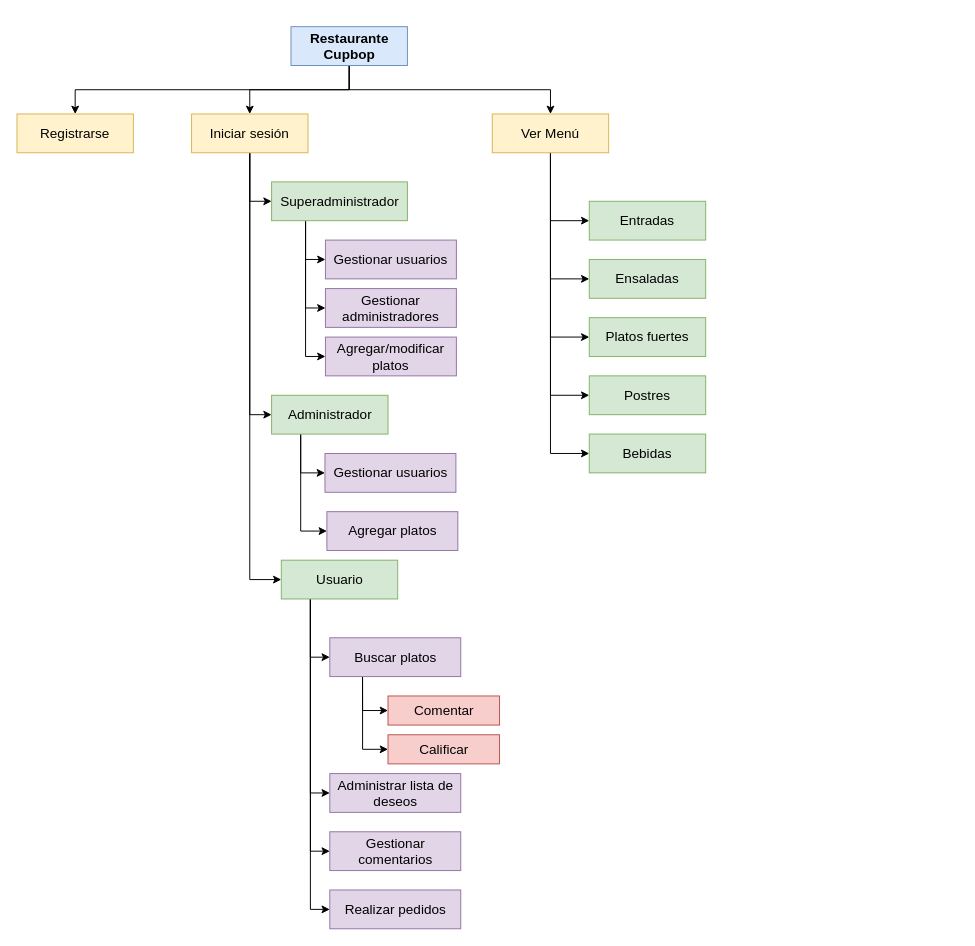
jasandovalb/Restaurante_Cupbop keeps this draw.io diagram as Mapa_Navegabilidad.drawio. Above is the earlier version. Source tidied: cells renumbered, new cells numbered last; positions are measured from the earlier drawing's top-left corner, leaving out a move shared by most shapes. Both pictures are drawn from the tidied source at 97%, with x=0, y=0 at pixel (16, 26).
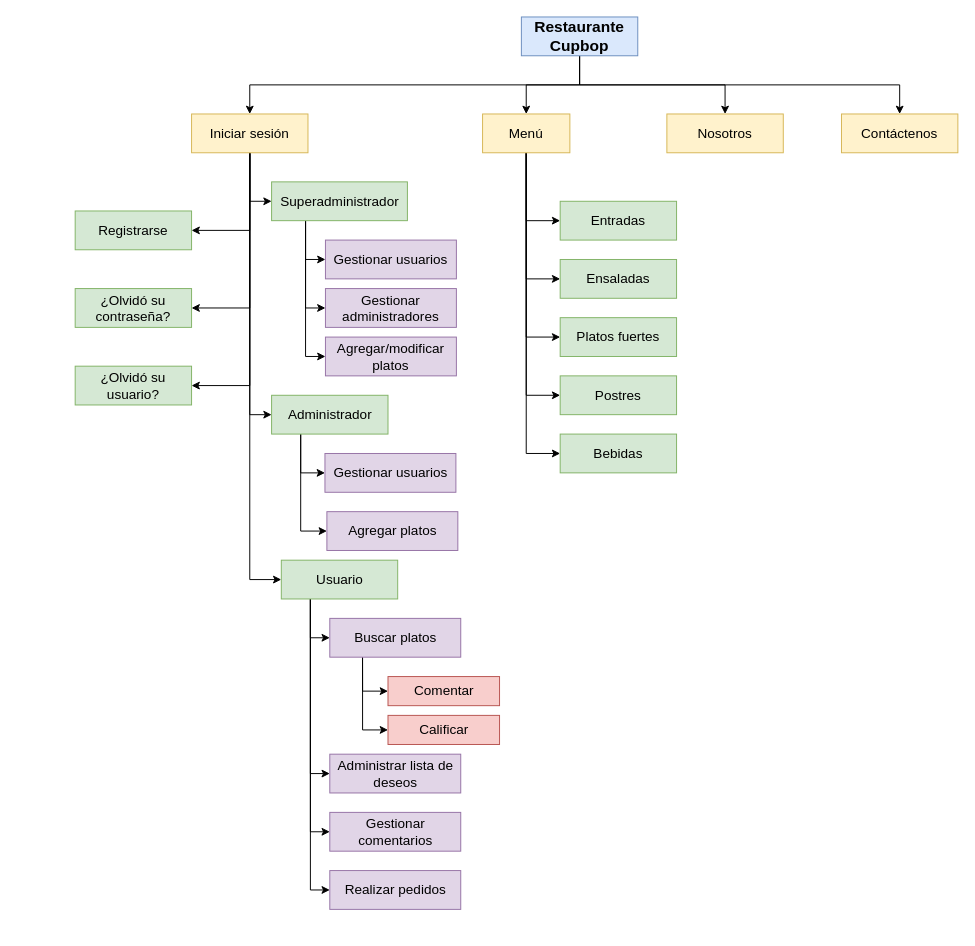
Above is the later version.

Commit message (it also covers changes not shown here):
actualización diagrama de navegabilidad

Unchanged cells that the change refers to:
```xml
<mxCell id="10" value="Iniciar sesión" style="rounded=0;whiteSpace=wrap;html=1;fontStyle=0;fontSize=14;fillColor=#fff2cc;strokeColor=#d6b656;" parent="1" vertex="1">
  <mxGeometry x="180" y="90" width="120" height="40" as="geometry" />
</mxCell>
```

Diff of the diagram source:
```diff
@@
-    <mxCell id="3" style="edgeStyle=orthogonalEdgeStyle;rounded=0;jettySize=auto;html=1;exitX=0.5;exitY=1;exitDx=0;exitDy=0;fontSize=14;" parent="1" edge="1" source="5" target="6">
-      <mxGeometry relative="1" as="geometry" />
-    </mxCell>
@@
+    <mxCell id="47" style="edgeStyle=orthogonalEdgeStyle;rounded=0;jettySize=auto;html=1;exitX=0.5;exitY=1;exitDx=0;exitDy=0;entryX=0.5;entryY=0;entryDx=0;entryDy=0;" parent="1" edge="1" source="5" target="52">
+      <mxGeometry relative="1" as="geometry" />
+    </mxCell>
+    <mxCell id="48" style="edgeStyle=orthogonalEdgeStyle;rounded=0;jettySize=auto;html=1;exitX=0.5;exitY=1;exitDx=0;exitDy=0;entryX=0.5;entryY=0;entryDx=0;entryDy=0;" parent="1" edge="1" source="5" target="53">
+      <mxGeometry relative="1" as="geometry" />
+    </mxCell>
-    <mxCell id="5" value="Restaurante Cupbop" style="rounded=0;whiteSpace=wrap;html=1;fontStyle=1;fontSize=14;fillColor=#dae8fc;strokeColor=#6c8ebf;" parent="1" vertex="1">
-      <mxGeometry x="282.5" width="120" height="40" as="geometry" />
+    <mxCell id="5" value="Restaurante Cupbop" style="rounded=0;whiteSpace=wrap;html=1;fontStyle=1;fontSize=16;fillColor=#dae8fc;strokeColor=#6c8ebf;" parent="1" vertex="1">
+      <mxGeometry x="520" y="-10" width="120" height="40" as="geometry" />
     </mxCell>
-    <mxCell id="6" value="Registrarse" style="rounded=0;whiteSpace=wrap;html=1;fontStyle=0;fontSize=14;fillColor=#fff2cc;strokeColor=#d6b656;" parent="1" vertex="1">
-      <mxGeometry y="90" width="120" height="40" as="geometry" />
+    <mxCell id="6" value="Registrarse" style="rounded=0;whiteSpace=wrap;html=1;fontStyle=0;fontSize=14;fillColor=#d5e8d4;strokeColor=#82b366;" parent="1" vertex="1">
+      <mxGeometry x="60" y="190" width="120" height="40" as="geometry" />
     </mxCell>
@@
+    <mxCell id="49" style="edgeStyle=orthogonalEdgeStyle;rounded=0;jettySize=auto;html=1;exitX=0.5;exitY=1;exitDx=0;exitDy=0;entryX=1;entryY=0.5;entryDx=0;entryDy=0;fontSize=16;" parent="1" edge="1" source="10" target="6">
+      <mxGeometry relative="1" as="geometry" />
+    </mxCell>
+    <mxCell id="50" style="edgeStyle=orthogonalEdgeStyle;rounded=0;jettySize=auto;html=1;exitX=0.5;exitY=1;exitDx=0;exitDy=0;entryX=1;entryY=0.5;entryDx=0;entryDy=0;fontSize=16;" parent="1" edge="1" source="10" target="55">
+      <mxGeometry relative="1" as="geometry" />
+    </mxCell>
+    <mxCell id="51" style="edgeStyle=orthogonalEdgeStyle;rounded=0;jettySize=auto;html=1;exitX=0.5;exitY=1;exitDx=0;exitDy=0;entryX=1;entryY=0.5;entryDx=0;entryDy=0;fontSize=16;" parent="1" edge="1" source="10" target="54">
+      <mxGeometry relative="1" as="geometry" />
+    </mxCell>
@@
-    <mxCell id="16" value="Ver Menú" style="rounded=0;whiteSpace=wrap;html=1;fontStyle=0;fontSize=14;fillColor=#fff2cc;strokeColor=#d6b656;" parent="1" vertex="1">
-      <mxGeometry x="490" y="90" width="120" height="40" as="geometry" />
+    <mxCell id="16" value="Menú" style="rounded=0;whiteSpace=wrap;html=1;fontStyle=0;fontSize=14;fillColor=#fff2cc;strokeColor=#d6b656;" parent="1" vertex="1">
+      <mxGeometry x="480" y="90" width="90" height="40" as="geometry" />
     </mxCell>
@@
     <mxCell id="29" value="Entradas" style="rounded=0;whiteSpace=wrap;html=1;fontStyle=0;fontSize=14;fillColor=#d5e8d4;strokeColor=#82b366;" parent="1" vertex="1">
-      <mxGeometry x="590" y="180" width="120" height="40" as="geometry" />
+      <mxGeometry x="560" y="180" width="120" height="40" as="geometry" />
     </mxCell>
     <mxCell id="30" value="Ensaladas" style="rounded=0;whiteSpace=wrap;html=1;fontStyle=0;fontSize=14;fillColor=#d5e8d4;strokeColor=#82b366;" parent="1" vertex="1">
-      <mxGeometry x="590" y="240" width="120" height="40" as="geometry" />
+      <mxGeometry x="560" y="240" width="120" height="40" as="geometry" />
     </mxCell>
     <mxCell id="31" value="Platos fuertes" style="rounded=0;whiteSpace=wrap;html=1;fontStyle=0;fontSize=14;fillColor=#d5e8d4;strokeColor=#82b366;" parent="1" vertex="1">
-      <mxGeometry x="590" y="300" width="120" height="40" as="geometry" />
+      <mxGeometry x="560" y="300" width="120" height="40" as="geometry" />
     </mxCell>
     <mxCell id="32" value="Postres" style="rounded=0;whiteSpace=wrap;html=1;fontStyle=0;fontSize=14;fillColor=#d5e8d4;strokeColor=#82b366;" parent="1" vertex="1">
-      <mxGeometry x="590" y="360" width="120" height="40" as="geometry" />
+      <mxGeometry x="560" y="360" width="120" height="40" as="geometry" />
     </mxCell>
     <mxCell id="33" value="Bebidas" style="rounded=0;whiteSpace=wrap;html=1;fontStyle=0;fontSize=14;fillColor=#d5e8d4;strokeColor=#82b366;" parent="1" vertex="1">
-      <mxGeometry x="590" y="420" width="120" height="40" as="geometry" />
+      <mxGeometry x="560" y="420" width="120" height="40" as="geometry" />
     </mxCell>
     <mxCell id="34" value="Administrar lista de deseos" style="rounded=0;whiteSpace=wrap;html=1;fontStyle=0;fontSize=14;fillColor=#e1d5e7;strokeColor=#9673a6;" parent="1" vertex="1">
-      <mxGeometry x="322.5" y="770" width="135" height="40" as="geometry" />
+      <mxGeometry x="322.5" y="750" width="135" height="40" as="geometry" />
     </mxCell>
     <mxCell id="35" value="Gestionar comentarios" style="rounded=0;whiteSpace=wrap;html=1;fontStyle=0;fontSize=14;fillColor=#e1d5e7;strokeColor=#9673a6;" parent="1" vertex="1">
-      <mxGeometry x="322.5" y="830" width="135" height="40" as="geometry" />
+      <mxGeometry x="322.5" y="810" width="135" height="40" as="geometry" />
     </mxCell>
     <mxCell id="36" value="Realizar pedidos" style="rounded=0;whiteSpace=wrap;html=1;fontStyle=0;fontSize=14;fillColor=#e1d5e7;strokeColor=#9673a6;" parent="1" vertex="1">
-      <mxGeometry x="322.5" y="890" width="135" height="40" as="geometry" />
+      <mxGeometry x="322.5" y="870" width="135" height="40" as="geometry" />
     </mxCell>
@@
     <mxCell id="39" value="Buscar platos" style="rounded=0;whiteSpace=wrap;html=1;fontStyle=0;fontSize=14;fillColor=#e1d5e7;strokeColor=#9673a6;" parent="1" vertex="1">
-      <mxGeometry x="322.5" y="630" width="135" height="40" as="geometry" />
+      <mxGeometry x="322.5" y="610" width="135" height="40" as="geometry" />
     </mxCell>
     <mxCell id="40" value="Comentar" style="rounded=0;whiteSpace=wrap;html=1;fontStyle=0;fontSize=14;fillColor=#f8cecc;strokeColor=#b85450;" parent="1" vertex="1">
-      <mxGeometry x="382.5" y="690" width="115" height="30" as="geometry" />
+      <mxGeometry x="382.5" y="670" width="115" height="30" as="geometry" />
     </mxCell>
     <mxCell id="41" value="Calificar" style="rounded=0;whiteSpace=wrap;html=1;fontStyle=0;fontSize=14;fillColor=#f8cecc;strokeColor=#b85450;" parent="1" vertex="1">
-      <mxGeometry x="382.5" y="730" width="115" height="30" as="geometry" />
+      <mxGeometry x="382.5" y="710" width="115" height="30" as="geometry" />
     </mxCell>
@@
+    <mxCell id="52" value="Nosotros" style="rounded=0;whiteSpace=wrap;html=1;fontStyle=0;fontSize=14;fillColor=#fff2cc;strokeColor=#d6b656;" parent="1" vertex="1">
+      <mxGeometry x="670" y="90" width="120" height="40" as="geometry" />
+    </mxCell>
+    <mxCell id="53" value="Contáctenos" style="rounded=0;whiteSpace=wrap;html=1;fontStyle=0;fontSize=14;fillColor=#fff2cc;strokeColor=#d6b656;" parent="1" vertex="1">
+      <mxGeometry x="850" y="90" width="120" height="40" as="geometry" />
+    </mxCell>
+    <mxCell id="54" value="¿Olvidó su usuario?" style="rounded=0;whiteSpace=wrap;html=1;fontStyle=0;fontSize=14;fillColor=#d5e8d4;strokeColor=#82b366;" parent="1" vertex="1">
+      <mxGeometry x="60" y="350" width="120" height="40" as="geometry" />
+    </mxCell>
+    <mxCell id="55" value="¿Olvidó su contraseña?" style="rounded=0;whiteSpace=wrap;html=1;fontStyle=0;fontSize=14;fillColor=#d5e8d4;strokeColor=#82b366;" parent="1" vertex="1">
+      <mxGeometry x="60" y="270" width="120" height="40" as="geometry" />
+    </mxCell>
```
